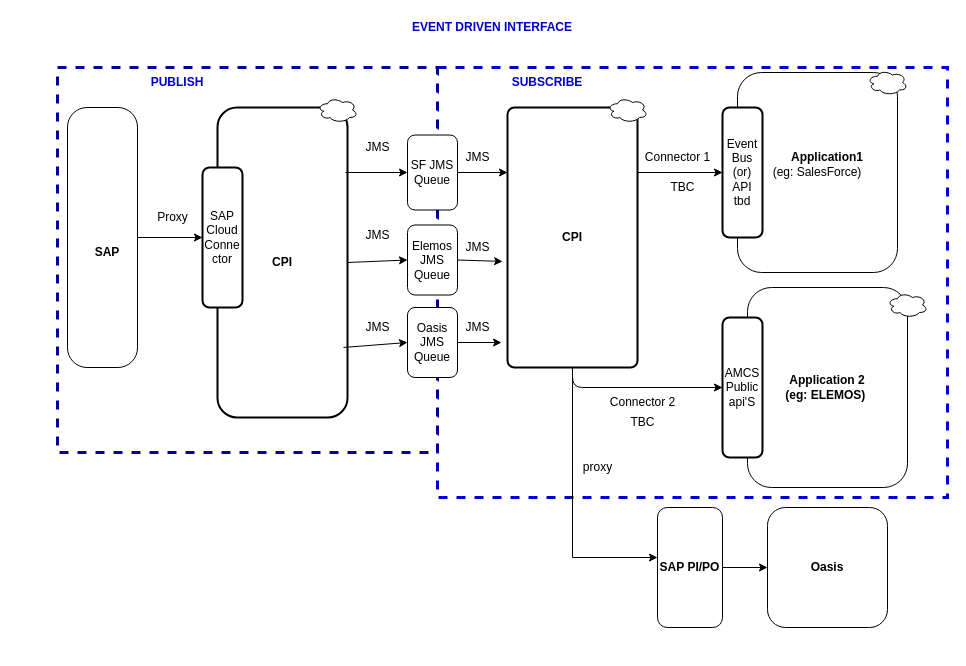
rdshankar-coder/rds keeps this draw.io diagram as creditHold1.drawio. Above is the earlier version. Source tidied: cells renumbered, new cells numbered last; positions are measured from the earlier drawing's top-left corner, leaving out a move shared by most shapes. Both pictures are drawn from the tidied source at 100%, with x=0, y=0 at pixel (57, 17). Pictures stored in the file or linked from it are replaced by grey dashed boxes.
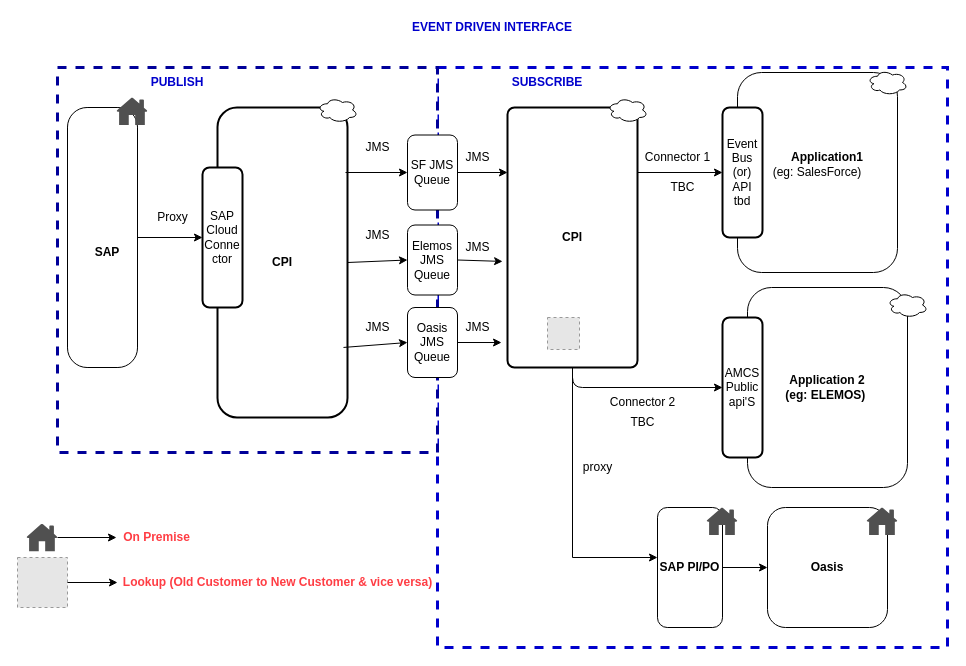
After the change.

Change to the diagram source:
```diff
@@
     <mxCell id="2" style="group;" parent="1" vertex="1">
-      <mxGeometry y="50" width="890" height="560" as="geometry" />
+      <mxGeometry y="50" width="890" height="580" as="geometry" />
     </mxCell>
     <mxCell id="3" style="rounded=0;whiteSpace=wrap;html=1;dashed=1;strokeColor=#0000CC;strokeWidth=3;" parent="2" vertex="1">
-      <mxGeometry x="380" width="510" height="430" as="geometry" />
+      <mxGeometry x="380" width="510" height="580" as="geometry" />
     </mxCell>
@@
+    <mxCell id="50" value="&lt;b&gt;&lt;font color=&quot;#ff3d44&quot;&gt;Lookup (Old Customer to New Customer &amp;amp; vice versa)&lt;/font&gt;&lt;/b&gt;" style="text;html=1;align=center;verticalAlign=middle;points=[];" parent="2" vertex="1">
+      <mxGeometry x="60" y="505" width="320" height="20" as="geometry" />
+    </mxCell>
+    <mxCell id="51" style="fillColor=#E6E6E6;strokeColor=#999999;dashed=1;html=1;verticalAlign=top;verticalLabelPosition=bottom;labelBackgroundColor=#ffffff;" parent="2" vertex="1">
+      <mxGeometry x="490" y="250" width="32" height="32" as="geometry" />
+    </mxCell>
+    <mxCell id="52" style="shadow=0;dashed=0;html=1;strokeColor=none;fillColor=#505050;labelPosition=center;verticalLabelPosition=bottom;verticalAlign=top;align=center;shape=mxgraph.office.concepts.home;" parent="2" vertex="1">
+      <mxGeometry x="59" y="30" width="31" height="27.5" as="geometry" />
+    </mxCell>
+    <mxCell id="53" style="shadow=0;dashed=0;html=1;strokeColor=none;fillColor=#505050;labelPosition=center;verticalLabelPosition=bottom;verticalAlign=top;align=center;shape=mxgraph.office.concepts.home;" parent="2" vertex="1">
+      <mxGeometry x="649" y="440" width="31" height="27.5" as="geometry" />
+    </mxCell>
+    <mxCell id="54" style="shadow=0;dashed=0;html=1;strokeColor=none;fillColor=#505050;labelPosition=center;verticalLabelPosition=bottom;verticalAlign=top;align=center;shape=mxgraph.office.concepts.home;" parent="2" vertex="1">
+      <mxGeometry x="809" y="440" width="31" height="27.5" as="geometry" />
+    </mxCell>
+    <mxCell id="55" value="&lt;b&gt;&lt;font color=&quot;#ff3d44&quot;&gt;On Premise&lt;/font&gt;&lt;/b&gt;" style="text;html=1;align=center;verticalAlign=middle;points=[];" parent="2" vertex="1">
+      <mxGeometry x="59" y="460" width="80" height="20" as="geometry" />
+    </mxCell>
@@
+    <mxCell id="56" style="shadow=0;dashed=0;html=1;strokeColor=none;fillColor=#505050;labelPosition=center;verticalLabelPosition=bottom;verticalAlign=top;outlineConnect=0;align=center;shape=mxgraph.office.concepts.home;" parent="1" vertex="1">
+      <mxGeometry x="-31" y="506.2" width="31" height="27.5" as="geometry" />
+    </mxCell>
+    <mxCell id="57" style="edgeStyle=orthogonalEdgeStyle;rounded=0;jettySize=auto;html=1;" parent="1" edge="1" source="56" target="55">
+      <mxGeometry relative="1" as="geometry" />
+    </mxCell>
+    <mxCell id="58" style="fillColor=#E6E6E6;strokeColor=#999999;dashed=1;html=1;verticalAlign=top;verticalLabelPosition=bottom;labelBackgroundColor=#ffffff;" parent="1" vertex="1">
+      <mxGeometry x="-40" y="540" width="50" height="50" as="geometry" />
+    </mxCell>
+    <mxCell id="59" style="edgeStyle=orthogonalEdgeStyle;rounded=0;jettySize=auto;html=1;exitX=1;exitY=0.5;exitDx=0;exitDy=0;" parent="1" edge="1" source="58" target="50">
+      <mxGeometry relative="1" as="geometry" />
+    </mxCell>
```
